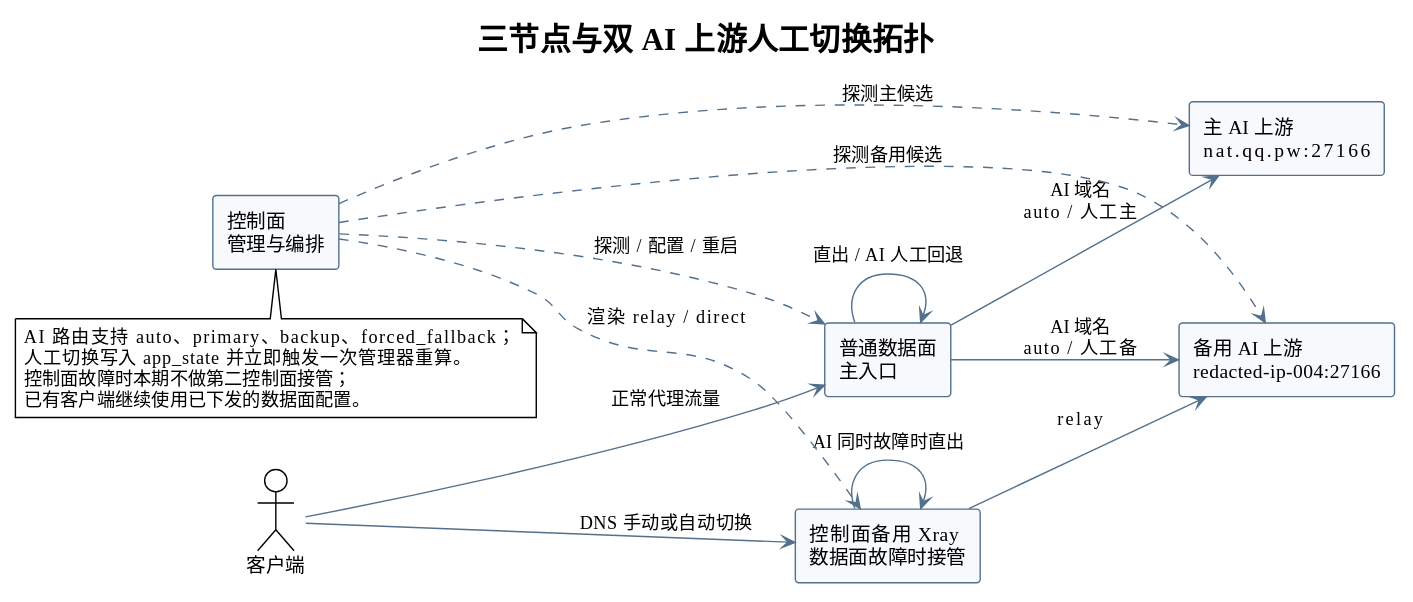
Earlier version of the PlantUML export docs/diagrams/manual-failover-topology.svg (i-zrhe2016/ai-routing-panel).
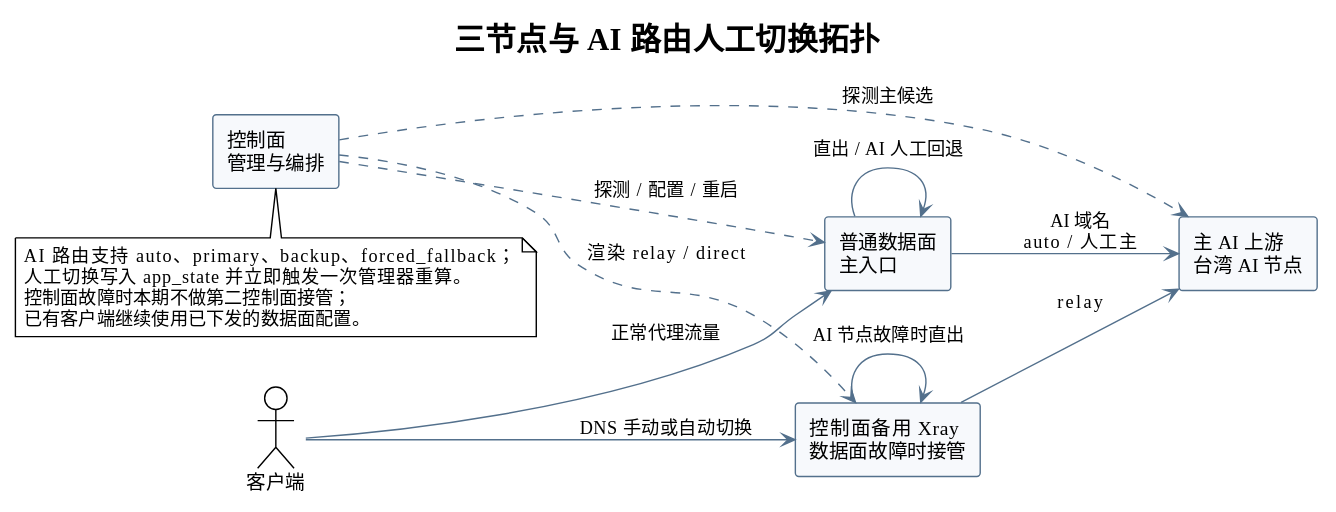
The same file after the commit.

The edit, as a diff of the source:
```diff
@@ -1,6 +1,6 @@
 @startuml
 !theme plain
-title 三节点与双 AI 上游人工切换拓扑
+title 三节点与 AI 路由人工切换拓扑
 
 left to right direction
 skinparam componentStyle rectangle
@@ -12,20 +12,17 @@
 actor "客户端" as client
 component "控制面\n管理与编排" as panel
 component "普通数据面\n主入口" as data
-component "主 AI 上游\nnat.qq.pw:27166" as primary
-component "备用 AI 上游\n100.87.76.6:27166" as backupAi
+component "主 AI 上游\n台湾 AI 节点" as primary
 component "控制面备用 Xray\n数据面故障时接管" as backup
 
 client --> data : 正常代理流量
 data --> primary : AI 域名\nauto / 人工主
-data --> backupAi : AI 域名\nauto / 人工备
 data --> data : 直出 / AI 人工回退
 client --> backup : DNS 手动或自动切换
-backup --> backupAi : relay
-backup --> backup : AI 同时故障时直出
+backup --> primary : relay
+backup --> backup : AI 节点故障时直出
 panel ..> data : 探测 / 配置 / 重启
 panel ..> primary : 探测主候选
-panel ..> backupAi : 探测备用候选
 panel ..> backup : 渲染 relay / direct
 
 note bottom of panel
```
